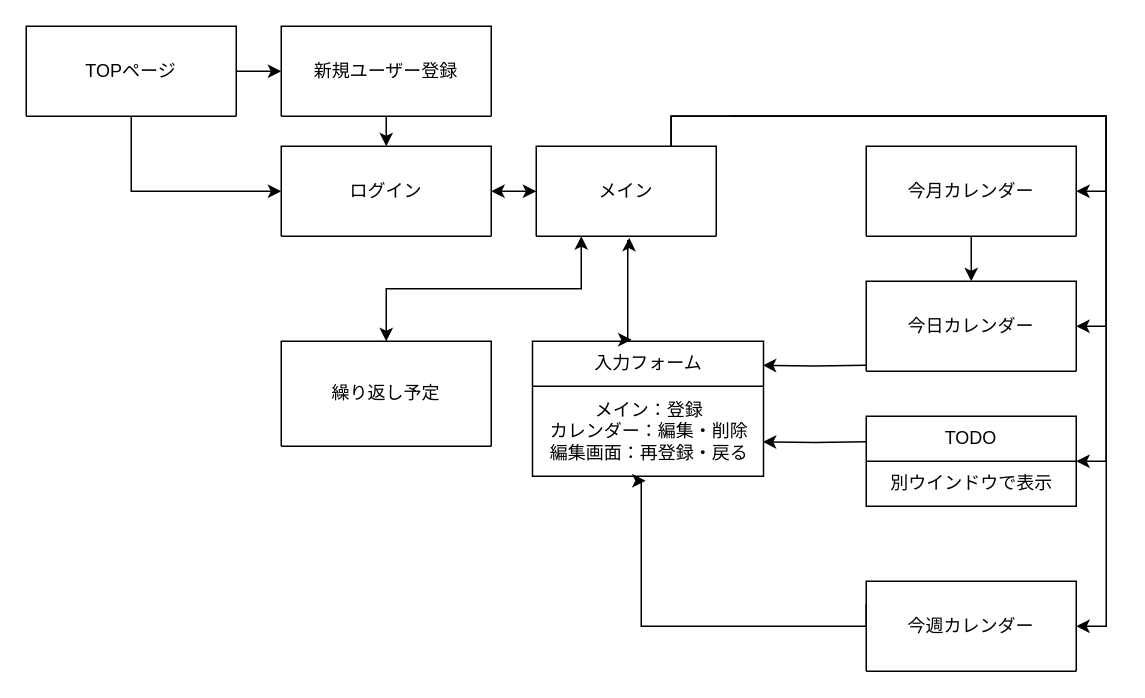
Earlier version of the draw.io diagram seni.dio (pazuru25/pawdo). Source tidied: cells renumbered, new cells numbered last; positions are measured from the earlier drawing's top-left corner, leaving out a move shared by most shapes. Both pictures are drawn from the tidied source at 150%, with x=0, y=0 at pixel (26, 26).
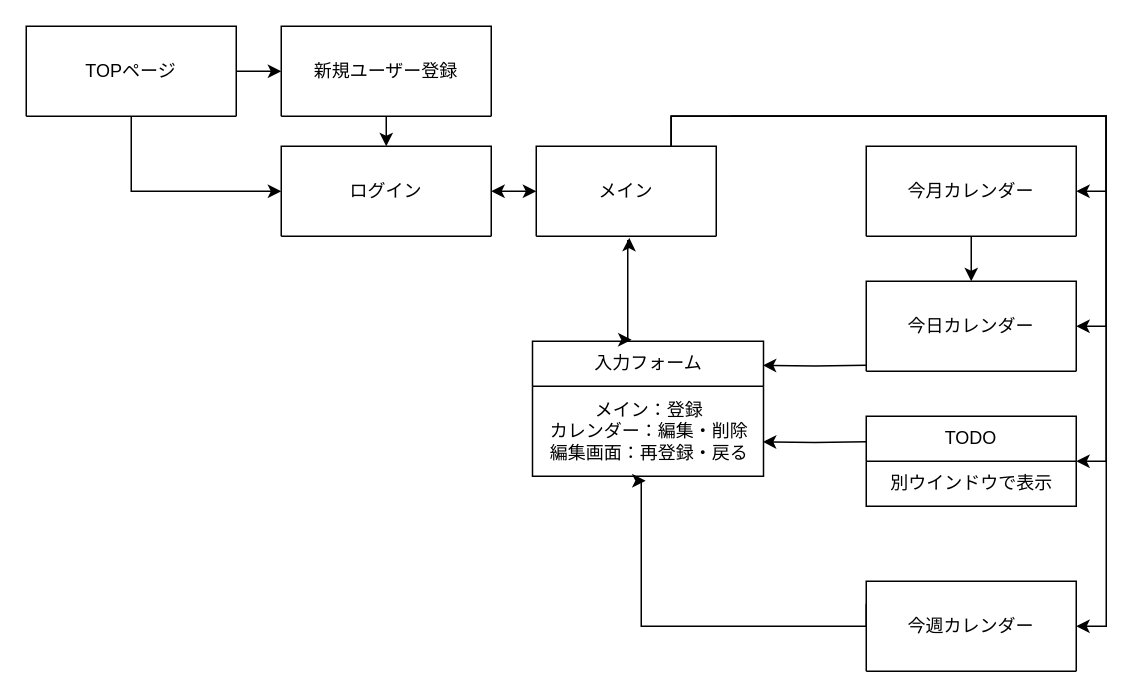
Above is the later version.

The change refers to these unchanged cells:
```xml
<mxCell id="19" value="メイン" style="swimlane;fontStyle=0;horizontal=1;startSize=60;whiteSpace=wrap;html=1;" parent="1" vertex="1">
  <mxGeometry x="340" y="80" width="120" height="60" as="geometry" />
</mxCell>
```

Change to the diagram source:
```diff
@@
-    <mxCell id="18" style="edgeStyle=orthogonalEdgeStyle;rounded=0;jettySize=auto;html=1;exitX=0.25;exitY=1;exitDx=0;exitDy=0;entryX=0.5;entryY=0;entryDx=0;entryDy=0;startArrow=classic;startFill=1;" parent="1" edge="1" source="19" target="24">
-      <mxGeometry relative="1" as="geometry" />
-    </mxCell>
@@
-    <mxCell id="24" value="繰り返し予定" style="swimlane;fontStyle=0;horizontal=1;startSize=70;whiteSpace=wrap;html=1;" parent="1" vertex="1">
-      <mxGeometry x="170" y="210" width="140" height="70" as="geometry" />
-    </mxCell>
```
